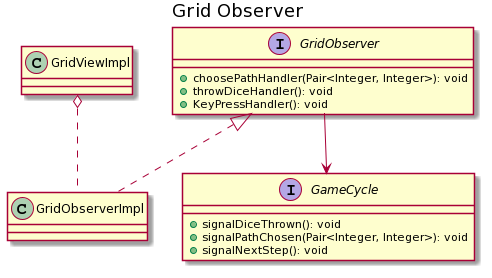
Before: doc/Relazione/images/miriana/grid_observer.png, a diagram exported from PlantUML (RiccardoSquarcialupi/oop19-dpg).
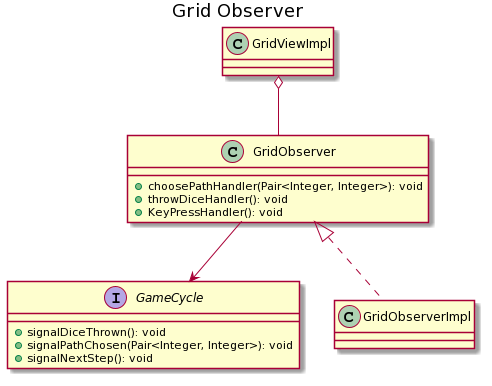
The same file after the commit.

Commit message:
modified grid_observer uml

The edit, as a diff of the source:
```diff
@@ -10,7 +10,7 @@
 +KeyPressHandler(): void
 }
 
-class GridObserverImpl {
+class GridObserver {
 }
 
 interface GameCycle {
@@ -19,7 +19,7 @@
 +signalNextStep(): void
 }
 
-GridViewImpl o.. GridObserverImpl
+GridViewImpl o-- GridObserver
 GridObserver <|.. GridObserverImpl
 GridObserver --> GameCycle
 @enduml
```
